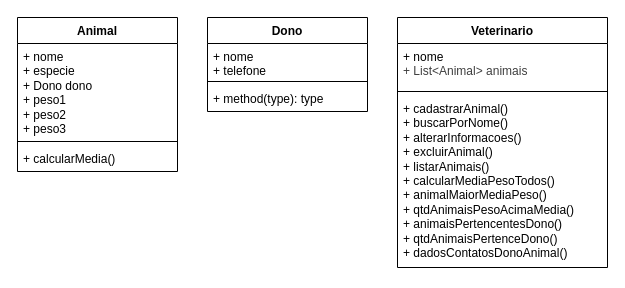
This is POO/Exercicio_Veterinaria/src/DiagramaVeterinaria.drawio from djuliasabrina/FURB, a draw.io file, before an edit. Source tidied: cells renumbered, new cells numbered last; positions are measured from the earlier drawing's top-left corner, leaving out a move shared by most shapes. Both pictures are drawn from the tidied source at 100%, with x=0, y=0 at pixel (17, 17).
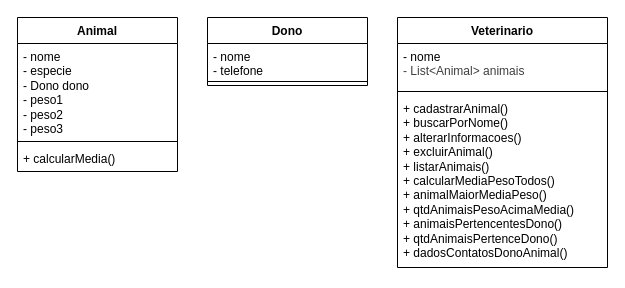
The same diagram, later.

Commit message (it also covers changes not shown here):
Corrigindo diagrama de classes da Vet

The edit, as a diff of the source:
```diff
@@
 <mxGraphModel>
   <root>
     <mxCell id="0" />
     <mxCell id="1" parent="0" />
     <mxCell id="2" value="Animal" style="swimlane;fontStyle=1;align=center;verticalAlign=top;horizontal=1;startSize=26;whiteSpace=wrap;html=1;" parent="1" vertex="1">
       <mxGeometry width="160" height="154" as="geometry" />
     </mxCell>
-    <mxCell id="3" value="&lt;div&gt;+ nome&lt;/div&gt;&lt;div&gt;+ especie&lt;/div&gt;&lt;div&gt;+ Dono dono&lt;/div&gt;&lt;div&gt;+ peso1&lt;/div&gt;&lt;div&gt;+ peso2&lt;/div&gt;&lt;div&gt;+ peso3&lt;/div&gt;" style="text;strokeColor=none;fillColor=none;align=left;verticalAlign=top;spacingLeft=4;spacingRight=4;overflow=hidden;whiteSpace=wrap;html=1;" parent="2" vertex="1">
+    <mxCell id="3" value="&lt;div&gt;- nome&lt;/div&gt;&lt;div&gt;- especie&lt;/div&gt;&lt;div&gt;- Dono dono&lt;/div&gt;&lt;div&gt;- peso1&lt;/div&gt;&lt;div&gt;- peso2&lt;/div&gt;&lt;div&gt;- peso3&lt;/div&gt;" style="text;strokeColor=none;fillColor=none;align=left;verticalAlign=top;spacingLeft=4;spacingRight=4;overflow=hidden;whiteSpace=wrap;html=1;" parent="2" vertex="1">
       <mxGeometry y="26" width="160" height="94" as="geometry" />
     </mxCell>
     <mxCell id="4" style="line;strokeWidth=1;fillColor=none;align=left;verticalAlign=middle;spacingTop=-1;spacingLeft=3;spacingRight=3;labelPosition=right;strokeColor=inherit;" parent="2" vertex="1">
       <mxGeometry y="120" width="160" height="8" as="geometry" />
     </mxCell>
     <mxCell id="5" value="+ calcularMedia()" style="text;strokeColor=none;fillColor=none;align=left;verticalAlign=top;spacingLeft=4;spacingRight=4;overflow=hidden;whiteSpace=wrap;html=1;" parent="2" vertex="1">
       <mxGeometry y="128" width="160" height="26" as="geometry" />
     </mxCell>
     <mxCell id="6" value="Dono" style="swimlane;fontStyle=1;align=center;verticalAlign=top;horizontal=1;startSize=26;whiteSpace=wrap;html=1;" parent="1" vertex="1">
-      <mxGeometry x="190" width="160" height="94" as="geometry" />
+      <mxGeometry x="190" width="160" height="68" as="geometry" />
     </mxCell>
-    <mxCell id="7" value="&lt;div&gt;+ nome&lt;/div&gt;&lt;div&gt;+ telefone&lt;/div&gt;" style="text;strokeColor=none;fillColor=none;align=left;verticalAlign=top;spacingLeft=4;spacingRight=4;overflow=hidden;whiteSpace=wrap;html=1;" parent="6" vertex="1">
+    <mxCell id="7" value="&lt;div&gt;- nome&lt;/div&gt;&lt;div&gt;- telefone&lt;/div&gt;" style="text;strokeColor=none;fillColor=none;align=left;verticalAlign=top;spacingLeft=4;spacingRight=4;overflow=hidden;whiteSpace=wrap;html=1;" parent="6" vertex="1">
       <mxGeometry y="26" width="160" height="34" as="geometry" />
     </mxCell>
     <mxCell id="8" style="line;strokeWidth=1;fillColor=none;align=left;verticalAlign=middle;spacingTop=-1;spacingLeft=3;spacingRight=3;labelPosition=right;strokeColor=inherit;" parent="6" vertex="1">
       <mxGeometry y="60" width="160" height="8" as="geometry" />
     </mxCell>
-    <mxCell id="9" value="+ method(type): type" style="text;strokeColor=none;fillColor=none;align=left;verticalAlign=top;spacingLeft=4;spacingRight=4;overflow=hidden;whiteSpace=wrap;html=1;" parent="6" vertex="1">
-      <mxGeometry y="68" width="160" height="26" as="geometry" />
-    </mxCell>
     <mxCell id="10" value="Veterinario" style="swimlane;fontStyle=1;align=center;verticalAlign=top;horizontal=1;startSize=26;whiteSpace=wrap;html=1;" parent="1" vertex="1">
       <mxGeometry x="380" width="210" height="250" as="geometry" />
     </mxCell>
-    <mxCell id="11" value="&lt;span style=&quot;background-color: transparent;&quot;&gt;&lt;font color=&quot;#000000&quot;&gt;+ nome&lt;/font&gt;&lt;/span&gt;&lt;div&gt;&lt;span style=&quot;color: rgb(63, 63, 63); background-color: transparent;&quot;&gt;+ List&amp;lt;Animal&amp;gt; animais&lt;/span&gt;&lt;/div&gt;" style="text;strokeColor=none;fillColor=none;align=left;verticalAlign=top;spacingLeft=4;spacingRight=4;overflow=hidden;whiteSpace=wrap;html=1;" parent="10" vertex="1">
+    <mxCell id="11" value="&lt;span style=&quot;background-color: transparent;&quot;&gt;&lt;font color=&quot;#000000&quot;&gt;- nome&lt;/font&gt;&lt;/span&gt;&lt;div&gt;&lt;span style=&quot;color: rgb(63, 63, 63); background-color: transparent;&quot;&gt;- List&amp;lt;Animal&amp;gt; animais&lt;/span&gt;&lt;/div&gt;" style="text;strokeColor=none;fillColor=none;align=left;verticalAlign=top;spacingLeft=4;spacingRight=4;overflow=hidden;whiteSpace=wrap;html=1;" parent="10" vertex="1">
       <mxGeometry y="26" width="210" height="44" as="geometry" />
     </mxCell>
     <mxCell id="12" style="line;strokeWidth=1;fillColor=none;align=left;verticalAlign=middle;spacingTop=-1;spacingLeft=3;spacingRight=3;labelPosition=right;strokeColor=inherit;" parent="10" vertex="1">
       <mxGeometry y="70" width="210" height="8" as="geometry" />
     </mxCell>
     <mxCell id="13" value="+ cadastrarAnimal()&lt;div&gt;+ buscarPorNome()&lt;/div&gt;&lt;div&gt;+ alterarInformacoes()&lt;/div&gt;&lt;div&gt;+ excluirAnimal()&lt;/div&gt;&lt;div&gt;+ listarAnimais()&lt;/div&gt;&lt;div&gt;+ calcularMediaPesoTodos()&lt;/div&gt;&lt;div&gt;+ animalMaiorMediaPeso()&lt;/div&gt;&lt;div&gt;+ qtdAnimaisPesoAcimaMedia()&lt;/div&gt;&lt;div&gt;+ animaisPertencentesDono()&lt;/div&gt;&lt;div&gt;+ qtdAnimaisPertenceDono()&lt;/div&gt;&lt;div&gt;+ dadosContatosDonoAnimal()&lt;/div&gt;" style="text;strokeColor=none;fillColor=none;align=left;verticalAlign=top;spacingLeft=4;spacingRight=4;overflow=hidden;whiteSpace=wrap;html=1;" parent="10" vertex="1">
       <mxGeometry y="78" width="210" height="172" as="geometry" />
     </mxCell>
   </root>
 </mxGraphModel>
```
